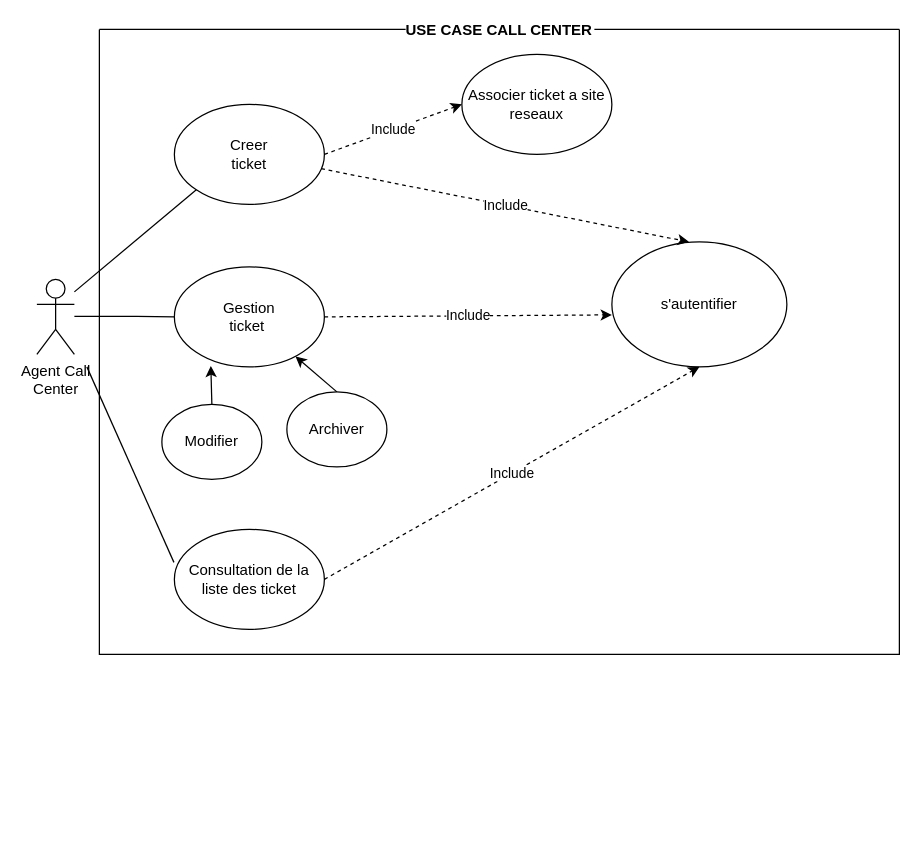
Above: page "Call Center" (3 of 4) of Conception/USE_CASE.drawio in Belakebi-Amine/djezzy_supervision (draw.io), before the change. Source tidied: cells renumbered, new cells numbered last; positions are measured from the earlier drawing's top-left corner, leaving out a move shared by most shapes. Both pictures are drawn from the tidied source at 125%, with x=0, y=0 at pixel (36, 29).
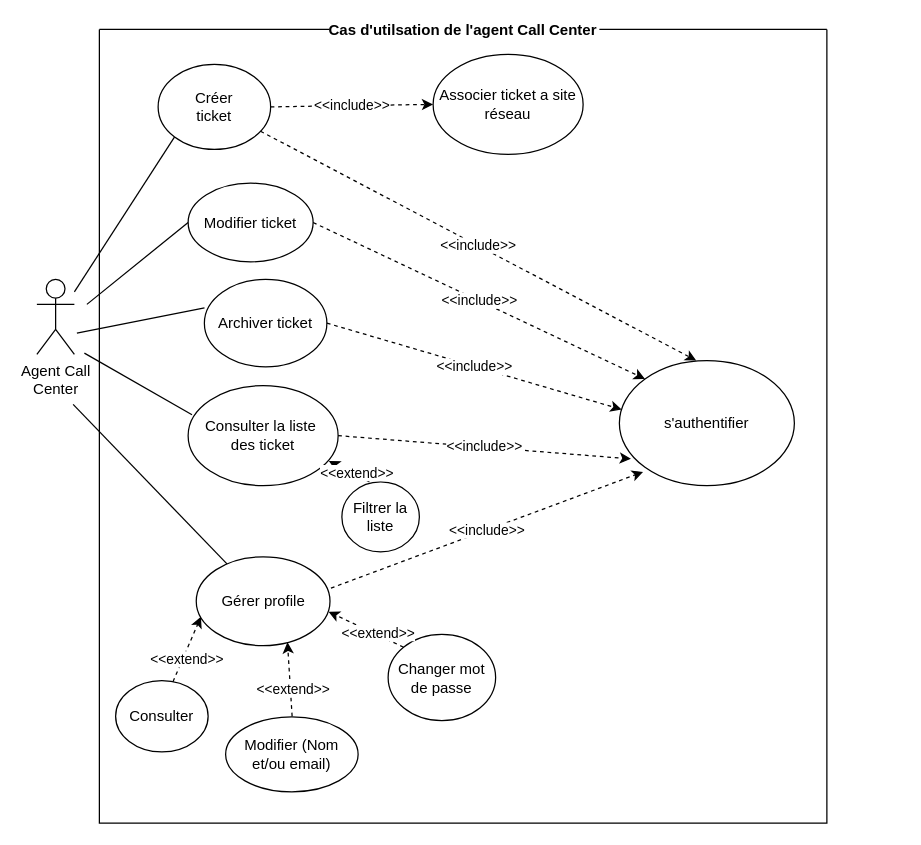
The same diagram, later.

Diff of the diagram source:
```diff
@@
+    <mxCell id="6" style="endArrow=none;html=1;entryX=0;entryY=1;entryDx=0;entryDy=0;" parent="1" edge="1" target="5">
+      <mxGeometry relative="1" as="geometry">
+        <mxPoint x="30" y="210" as="sourcePoint" />
+      </mxGeometry>
+    </mxCell>
+    <mxCell id="8" style="endArrow=none;html=1;entryX=0.026;entryY=0.291;entryDx=0;entryDy=0;entryPerimeter=0;" parent="1" edge="1" target="3">
+      <mxGeometry relative="1" as="geometry">
+        <mxPoint x="38" y="259" as="sourcePoint" />
+      </mxGeometry>
+    </mxCell>
+    <mxCell id="13" value="Associer ticket a site réseau" style="ellipse;whiteSpace=wrap;html=1;" parent="1" vertex="1">
+      <mxGeometry x="317" y="20" width="120" height="80" as="geometry" />
+    </mxCell>
+    <mxCell id="14" value="&amp;lt;&amp;lt;include&amp;gt;&amp;gt;" style="endArrow=classic;dashed=1;html=1;exitX=1;exitY=0.5;exitDx=0;exitDy=0;entryX=0;entryY=0.5;entryDx=0;entryDy=0;rounded=1;curved=0;endFill=1;" parent="1" edge="1" source="5" target="13">
+      <mxGeometry relative="1" as="geometry" />
+    </mxCell>
+    <mxCell id="19" value="Cas d'utilsation de l'agent Call Center" style="swimlane;startSize=0;labelBackgroundColor=default;" parent="1" vertex="1">
+      <mxGeometry x="50" width="582" height="635" as="geometry" />
+    </mxCell>
-    <mxCell id="3" value="Consultation de la liste des ticket" style="ellipse;whiteSpace=wrap;html=1;" parent="1" vertex="1">
-      <mxGeometry x="110" y="400" width="120" height="80" as="geometry" />
+    <mxCell id="3" value="Consulter la liste&amp;nbsp;&lt;div&gt;des ticket&lt;/div&gt;" style="ellipse;whiteSpace=wrap;html=1;" parent="19" vertex="1">
+      <mxGeometry x="71" y="285" width="120" height="80" as="geometry" />
     </mxCell>
-    <mxCell id="4" value="Gestion&lt;div&gt;ticket&amp;nbsp;&lt;/div&gt;" style="ellipse;whiteSpace=wrap;html=1;" parent="1" vertex="1">
-      <mxGeometry x="110" y="190" width="120" height="80" as="geometry" />
-    </mxCell>
-    <mxCell id="5" value="Creer&lt;div&gt;ticket&lt;/div&gt;" style="ellipse;whiteSpace=wrap;html=1;fontStyle=0;" parent="1" vertex="1">
-      <mxGeometry x="110" y="60" width="120" height="80" as="geometry" />
-    </mxCell>
-    <mxCell id="6" style="endArrow=none;html=1;entryX=0;entryY=1;entryDx=0;entryDy=0;" parent="1" edge="1" target="5">
-      <mxGeometry relative="1" as="geometry">
-        <mxPoint x="30" y="210" as="sourcePoint" />
-      </mxGeometry>
-    </mxCell>
-    <mxCell id="7" style="endArrow=none;html=1;entryX=0;entryY=0.5;entryDx=0;entryDy=0;" parent="1" edge="1" target="4">
-      <mxGeometry relative="1" as="geometry">
-        <mxPoint x="30" y="229.5" as="sourcePoint" />
-        <Array as="points">
-          <mxPoint x="70" y="229.5" />
-        </Array>
-      </mxGeometry>
-    </mxCell>
-    <mxCell id="8" style="endArrow=none;html=1;entryX=-0.003;entryY=0.33;entryDx=0;entryDy=0;entryPerimeter=0;" parent="1" edge="1" target="3">
-      <mxGeometry relative="1" as="geometry">
-        <mxPoint x="40" y="270" as="sourcePoint" />
-      </mxGeometry>
-    </mxCell>
-    <mxCell id="9" value="Modifier" style="ellipse;whiteSpace=wrap;html=1;" parent="1" vertex="1">
-      <mxGeometry x="100" y="300" width="80" height="60" as="geometry" />
+    <mxCell id="9" value="Modifier ticket" style="ellipse;whiteSpace=wrap;html=1;" parent="19" vertex="1">
+      <mxGeometry x="71" y="123" width="100" height="63" as="geometry" />
     </mxCell>
-    <mxCell id="10" value="&lt;span style=&quot;color: rgb(0, 0, 0);&quot;&gt;Archiver&lt;/span&gt;" style="ellipse;whiteSpace=wrap;html=1;" parent="1" vertex="1">
-      <mxGeometry x="200" y="290" width="80" height="60" as="geometry" />
+    <mxCell id="10" value="Archiver ticket" style="ellipse;whiteSpace=wrap;html=1;" parent="19" vertex="1">
+      <mxGeometry x="84" y="200" width="98" height="70" as="geometry" />
     </mxCell>
-    <mxCell id="11" style="endArrow=classic;html=1;exitX=0.5;exitY=0;exitDx=0;exitDy=0;entryX=0.243;entryY=0.99;entryDx=0;entryDy=0;entryPerimeter=0;" parent="1" edge="1" source="9" target="4">
-      <mxGeometry relative="1" as="geometry" />
-    </mxCell>
-    <mxCell id="12" style="endArrow=classic;html=1;exitX=0.5;exitY=0;exitDx=0;exitDy=0;" parent="1" edge="1" source="10" target="4">
-      <mxGeometry relative="1" as="geometry" />
-    </mxCell>
-    <mxCell id="13" value="Associer ticket a site reseaux" style="ellipse;whiteSpace=wrap;html=1;" parent="1" vertex="1">
-      <mxGeometry x="340" y="20" width="120" height="80" as="geometry" />
-    </mxCell>
-    <mxCell id="14" value="Include" style="endArrow=classic;dashed=1;html=1;exitX=1;exitY=0.5;exitDx=0;exitDy=0;entryX=0;entryY=0.5;entryDx=0;entryDy=0;rounded=1;curved=0;endFill=1;" parent="1" edge="1" source="5" target="13">
-      <mxGeometry relative="1" as="geometry" />
-    </mxCell>
+    <mxCell id="20" value="Filtrer la liste" style="ellipse;whiteSpace=wrap;html=1;" parent="19" vertex="1">
+      <mxGeometry x="194" y="362" width="62" height="56" as="geometry" />
+    </mxCell>
+    <mxCell id="21" style="endArrow=classic;html=1;exitX=0.356;exitY=0.002;exitDx=0;exitDy=0;entryX=0.938;entryY=0.754;entryDx=0;entryDy=0;entryPerimeter=0;dashed=1;exitPerimeter=0;" parent="19" edge="1" source="20" target="3">
+      <mxGeometry relative="1" as="geometry" />
+    </mxCell>
+    <mxCell id="22" value="&amp;lt;&amp;lt;extend&amp;gt;&amp;gt;" style="edgeLabel;html=1;align=center;verticalAlign=middle;" parent="21" vertex="1">
+      <mxGeometry x="-0.27" y="-2" relative="1" as="geometry" />
+    </mxCell>
+    <mxCell id="5" value="Créer&lt;div&gt;ticket&lt;/div&gt;" style="ellipse;whiteSpace=wrap;html=1;fontStyle=0;" parent="19" vertex="1">
+      <mxGeometry x="47" y="28" width="90" height="68" as="geometry" />
+    </mxCell>
+    <mxCell id="23" value="Gérer profile" style="ellipse;whiteSpace=wrap;html=1;" parent="19" vertex="1">
+      <mxGeometry x="77.5" y="422" width="107" height="71" as="geometry" />
+    </mxCell>
+    <mxCell id="24" value="Changer mot de passe" style="ellipse;whiteSpace=wrap;html=1;" parent="19" vertex="1">
+      <mxGeometry x="231" y="484" width="86" height="69" as="geometry" />
+    </mxCell>
+    <mxCell id="25" value="Consulter" style="ellipse;whiteSpace=wrap;html=1;" parent="19" vertex="1">
+      <mxGeometry x="13" y="521" width="74" height="57" as="geometry" />
+    </mxCell>
+    <mxCell id="26" style="endArrow=classic;html=1;exitX=0;exitY=0;exitDx=0;exitDy=0;entryX=0.989;entryY=0.618;entryDx=0;entryDy=0;entryPerimeter=0;dashed=1;" parent="19" edge="1" source="24" target="23">
+      <mxGeometry relative="1" as="geometry" />
+    </mxCell>
+    <mxCell id="27" value="&amp;lt;&amp;lt;extend&amp;gt;&amp;gt;" style="edgeLabel;html=1;align=center;verticalAlign=middle;" parent="26" vertex="1">
+      <mxGeometry x="-0.27" y="-2" relative="1" as="geometry" />
+    </mxCell>
+    <mxCell id="28" style="endArrow=classic;html=1;exitX=0.416;exitY=-0.008;exitDx=0;exitDy=0;entryX=0.682;entryY=0.962;entryDx=0;entryDy=0;entryPerimeter=0;dashed=1;exitPerimeter=0;" parent="19" edge="1" target="23">
+      <mxGeometry relative="1" as="geometry">
+        <mxPoint x="154.2" y="549.6" as="sourcePoint" />
+      </mxGeometry>
+    </mxCell>
+    <mxCell id="29" value="&amp;lt;&amp;lt;extend&amp;gt;&amp;gt;" style="edgeLabel;html=1;align=center;verticalAlign=middle;" parent="28" vertex="1">
+      <mxGeometry x="-0.27" y="-2" relative="1" as="geometry" />
+    </mxCell>
+    <mxCell id="30" style="endArrow=classic;html=1;exitX=0.62;exitY=0.016;exitDx=0;exitDy=0;entryX=0.035;entryY=0.674;entryDx=0;entryDy=0;entryPerimeter=0;dashed=1;exitPerimeter=0;" parent="19" edge="1" source="25" target="23">
+      <mxGeometry relative="1" as="geometry" />
+    </mxCell>
+    <mxCell id="31" value="&amp;lt;&amp;lt;extend&amp;gt;&amp;gt;" style="edgeLabel;html=1;align=center;verticalAlign=middle;" parent="30" vertex="1">
+      <mxGeometry x="-0.27" y="-2" relative="1" as="geometry" />
+    </mxCell>
+    <mxCell id="32" value="Modifier (Nom et/ou email)" style="ellipse;whiteSpace=wrap;html=1;" parent="19" vertex="1">
+      <mxGeometry x="101" y="550" width="106" height="60" as="geometry" />
+    </mxCell>
-    <mxCell id="15" value="s'autentifier" style="ellipse;whiteSpace=wrap;html=1;" parent="1" vertex="1">
-      <mxGeometry x="460" y="170" width="140" height="100" as="geometry" />
+    <mxCell id="15" value="s'authentifier" style="ellipse;whiteSpace=wrap;html=1;" parent="19" vertex="1">
+      <mxGeometry x="416" y="265" width="140" height="100" as="geometry" />
     </mxCell>
-    <mxCell id="16" value="Include" style="endArrow=classic;dashed=1;html=1;entryX=0.5;entryY=1;entryDx=0;entryDy=0;exitX=1;exitY=0.5;exitDx=0;exitDy=0;endFill=1;" parent="1" edge="1" source="3" target="15">
+    <mxCell id="16" value="&amp;lt;&amp;lt;include&amp;gt;&amp;gt;" style="endArrow=classic;dashed=1;html=1;entryX=0.066;entryY=0.786;entryDx=0;entryDy=0;exitX=1;exitY=0.5;exitDx=0;exitDy=0;endFill=1;entryPerimeter=0;" parent="19" edge="1" source="3" target="15">
       <mxGeometry relative="1" as="geometry" />
     </mxCell>
-    <mxCell id="17" value="Include" style="endArrow=classic;dashed=1;html=1;entryX=0.44;entryY=0;entryDx=0;entryDy=0;entryPerimeter=0;endFill=1;" parent="1" edge="1" source="5" target="15">
+    <mxCell id="17" value="&amp;lt;&amp;lt;include&amp;gt;&amp;gt;" style="endArrow=classic;dashed=1;html=1;entryX=0.44;entryY=0;entryDx=0;entryDy=0;entryPerimeter=0;endFill=1;" parent="19" edge="1" source="5" target="15">
       <mxGeometry relative="1" as="geometry" />
     </mxCell>
+    <mxCell id="33" value="&amp;lt;&amp;lt;include&amp;gt;&amp;gt;" style="endArrow=classic;dashed=1;html=1;entryX=0.013;entryY=0.391;entryDx=0;entryDy=0;exitX=1;exitY=0.5;exitDx=0;exitDy=0;endFill=1;entryPerimeter=0;" parent="19" edge="1" source="10" target="15">
+      <mxGeometry relative="1" as="geometry" />
+    </mxCell>
-    <mxCell id="18" value="Include" style="endArrow=classic;dashed=1;html=1;entryX=0;entryY=0.584;entryDx=0;entryDy=0;entryPerimeter=0;exitX=1;exitY=0.5;exitDx=0;exitDy=0;endFill=1;" parent="1" edge="1" source="4" target="15">
+    <mxCell id="18" value="&amp;lt;&amp;lt;include&amp;gt;&amp;gt;" style="endArrow=classic;dashed=1;html=1;entryX=0;entryY=0;entryDx=0;entryDy=0;exitX=1;exitY=0.5;exitDx=0;exitDy=0;endFill=1;" parent="19" edge="1" source="9" target="15">
       <mxGeometry relative="1" as="geometry" />
     </mxCell>
-    <mxCell id="19" value="USE CASE CALL CENTER" style="swimlane;startSize=0;labelBackgroundColor=default;" parent="1" vertex="1">
-      <mxGeometry x="50" width="640" height="500" as="geometry" />
-    </mxCell>
+    <mxCell id="34" style="endArrow=none;html=1;entryX=0;entryY=0.5;entryDx=0;entryDy=0;" parent="1" edge="1" target="9">
+      <mxGeometry relative="1" as="geometry">
+        <mxPoint x="40" y="220" as="sourcePoint" />
+      </mxGeometry>
+    </mxCell>
+    <mxCell id="35" style="endArrow=none;html=1;entryX=0.001;entryY=0.327;entryDx=0;entryDy=0;entryPerimeter=0;" parent="1" edge="1" target="10">
+      <mxGeometry relative="1" as="geometry">
+        <mxPoint x="32" y="243" as="sourcePoint" />
+      </mxGeometry>
+    </mxCell>
+    <mxCell id="36" style="endArrow=none;html=1;" parent="1" edge="1" target="23">
+      <mxGeometry relative="1" as="geometry">
+        <mxPoint x="29" y="300" as="sourcePoint" />
+      </mxGeometry>
+    </mxCell>
+    <mxCell id="37" value="&amp;lt;&amp;lt;include&amp;gt;&amp;gt;" style="endArrow=classic;dashed=1;html=1;entryX=0.066;entryY=0.786;entryDx=0;entryDy=0;exitX=1.007;exitY=0.352;exitDx=0;exitDy=0;endFill=1;entryPerimeter=0;exitPerimeter=0;" parent="1" edge="1" source="23">
+      <mxGeometry relative="1" as="geometry">
+        <mxPoint x="485" y="354" as="targetPoint" />
+      </mxGeometry>
+    </mxCell>
```
